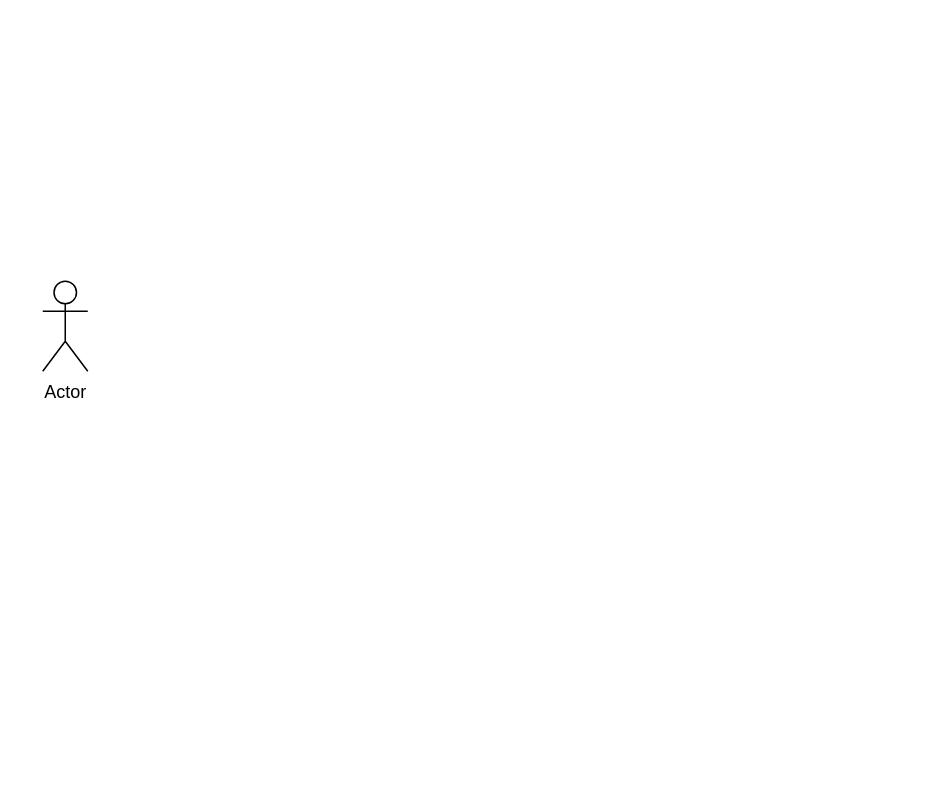
Above: Untitled Diagram.drawio in VienThanh12/C- (draw.io), before the change. Source tidied: cells renumbered, new cells numbered last; positions are measured from the earlier drawing's top-left corner, leaving out a move shared by most shapes. Both pictures are drawn from the tidied source at 150%, with x=0, y=0 at pixel (42, 280).
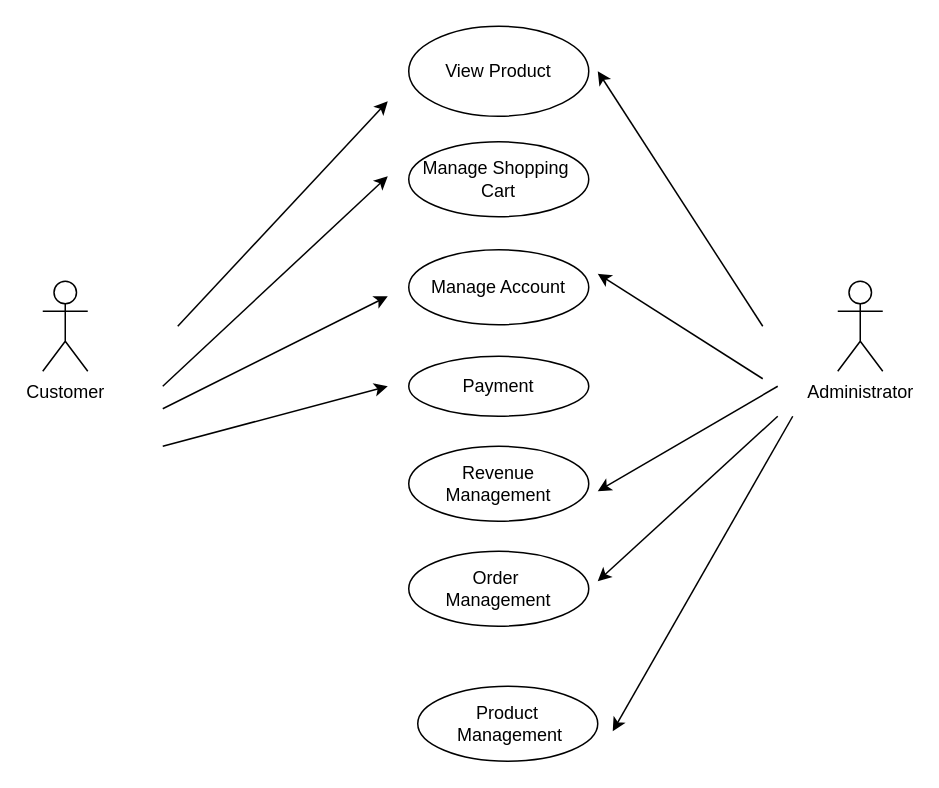
Above is the later version.

What changed in the source:
```diff
@@
-    <mxCell id="2" value="Actor" style="shape=umlActor;verticalLabelPosition=bottom;verticalAlign=top;html=1;" parent="1" vertex="1">
+    <mxCell id="2" value="Customer" style="shape=umlActor;verticalLabelPosition=bottom;verticalAlign=top;html=1;" parent="1" vertex="1">
       <mxGeometry width="30" height="60" as="geometry" />
     </mxCell>
+    <mxCell id="3" value="Administrator" style="shape=umlActor;verticalLabelPosition=bottom;verticalAlign=top;html=1;" parent="1" vertex="1">
+      <mxGeometry x="530" width="30" height="60" as="geometry" />
+    </mxCell>
+    <mxCell id="4" value="View Product" style="ellipse;whiteSpace=wrap;html=1;" parent="1" vertex="1">
+      <mxGeometry x="244" y="-170" width="120" height="60" as="geometry" />
+    </mxCell>
+    <mxCell id="5" value="Manage Shopping&amp;nbsp;&lt;div&gt;Cart&lt;/div&gt;" style="ellipse;whiteSpace=wrap;html=1;" parent="1" vertex="1">
+      <mxGeometry x="244" y="-93" width="120" height="50" as="geometry" />
+    </mxCell>
+    <mxCell id="6" value="Manage Account" style="ellipse;whiteSpace=wrap;html=1;" parent="1" vertex="1">
+      <mxGeometry x="244" y="-21" width="120" height="50" as="geometry" />
+    </mxCell>
+    <mxCell id="7" value="Payment" style="ellipse;whiteSpace=wrap;html=1;" parent="1" vertex="1">
+      <mxGeometry x="244" y="50" width="120" height="40" as="geometry" />
+    </mxCell>
+    <mxCell id="8" value="Revenue Management" style="ellipse;whiteSpace=wrap;html=1;" parent="1" vertex="1">
+      <mxGeometry x="244" y="110" width="120" height="50" as="geometry" />
+    </mxCell>
+    <mxCell id="9" value="Order&amp;nbsp;&lt;div&gt;Management&lt;/div&gt;" style="ellipse;whiteSpace=wrap;html=1;" parent="1" vertex="1">
+      <mxGeometry x="244" y="180" width="120" height="50" as="geometry" />
+    </mxCell>
+    <mxCell id="10" style="endArrow=classic;html=1;rounded=0;" parent="1" edge="1">
+      <mxGeometry relative="1" as="geometry">
+        <mxPoint x="90" y="30" as="sourcePoint" />
+        <mxPoint x="230" y="-120" as="targetPoint" />
+      </mxGeometry>
+    </mxCell>
+    <mxCell id="11" style="endArrow=classic;html=1;rounded=0;" parent="1" edge="1">
+      <mxGeometry relative="1" as="geometry">
+        <mxPoint x="80" y="70" as="sourcePoint" />
+        <mxPoint x="230" y="-70" as="targetPoint" />
+      </mxGeometry>
+    </mxCell>
+    <mxCell id="12" style="endArrow=classic;html=1;rounded=0;" parent="1" edge="1">
+      <mxGeometry relative="1" as="geometry">
+        <mxPoint x="80" y="85" as="sourcePoint" />
+        <mxPoint x="230" y="10" as="targetPoint" />
+      </mxGeometry>
+    </mxCell>
+    <mxCell id="13" style="endArrow=classic;html=1;rounded=0;" parent="1" edge="1">
+      <mxGeometry relative="1" as="geometry">
+        <mxPoint x="80" y="110" as="sourcePoint" />
+        <mxPoint x="230" y="70" as="targetPoint" />
+      </mxGeometry>
+    </mxCell>
+    <mxCell id="14" value="Product&lt;div&gt;&amp;nbsp;Management&lt;/div&gt;" style="ellipse;whiteSpace=wrap;html=1;" parent="1" vertex="1">
+      <mxGeometry x="250" y="270" width="120" height="50" as="geometry" />
+    </mxCell>
+    <mxCell id="15" style="endArrow=classic;html=1;rounded=0;" parent="1" edge="1">
+      <mxGeometry relative="1" as="geometry">
+        <mxPoint x="480" y="30" as="sourcePoint" />
+        <mxPoint x="370" y="-140" as="targetPoint" />
+      </mxGeometry>
+    </mxCell>
+    <mxCell id="16" style="endArrow=classic;html=1;rounded=0;" parent="1" edge="1">
+      <mxGeometry relative="1" as="geometry">
+        <mxPoint x="480" y="65" as="sourcePoint" />
+        <mxPoint x="370" y="-5" as="targetPoint" />
+      </mxGeometry>
+    </mxCell>
+    <mxCell id="17" style="endArrow=classic;html=1;rounded=0;" parent="1" edge="1">
+      <mxGeometry relative="1" as="geometry">
+        <mxPoint x="500" y="90" as="sourcePoint" />
+        <mxPoint x="380" y="300" as="targetPoint" />
+      </mxGeometry>
+    </mxCell>
+    <mxCell id="18" style="endArrow=classic;html=1;rounded=0;" parent="1" edge="1">
+      <mxGeometry relative="1" as="geometry">
+        <mxPoint x="490" y="90" as="sourcePoint" />
+        <mxPoint x="370" y="200" as="targetPoint" />
+      </mxGeometry>
+    </mxCell>
+    <mxCell id="19" style="endArrow=classic;html=1;rounded=0;" parent="1" edge="1">
+      <mxGeometry relative="1" as="geometry">
+        <mxPoint x="490" y="70" as="sourcePoint" />
+        <mxPoint x="370" y="140" as="targetPoint" />
+      </mxGeometry>
+    </mxCell>
```
